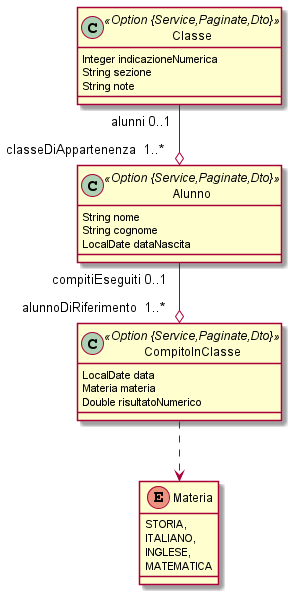
Before: file_jdl/jhipster_jdl.png, a diagram exported from PlantUML (AlbertoMatt/Myschool). Its diagram source:
```plantuml
@startuml
	!pragma syntax class
	class Classe <<Option {Service,Paginate,Dto}>> {
		Integer indicazioneNumerica
		String sezione
		String note
	}
	class Alunno <<Option {Service,Paginate,Dto}>> {
		String nome
		String cognome
		LocalDate dataNascita
	}
	class CompitoInClasse <<Option {Service,Paginate,Dto}>> {
		LocalDate data
		Materia materia
		Double risultatoNumerico
	}
	CompitoInClasse ..> Materia
	enum Materia {
		STORIA,
		ITALIANO,
		INGLESE,
		MATEMATICA
	}
	Alunno  "compitiEseguiti 0..1 " --o "alunnoDiRiferimento  1..* "  CompitoInClasse
	Classe  "alunni 0..1 " --o "classeDiAppartenenza  1..* "  Alunno
@enduml
```
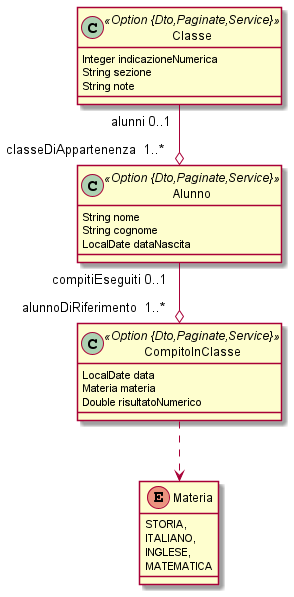
After the change.

Diff of the diagram source:
```diff
@@ -1,16 +1,16 @@
 @startuml
 	!pragma syntax class
-	class Classe <<Option {Service,Paginate,Dto}>> {
+	class Classe <<Option {Dto,Paginate,Service}>> {
 		Integer indicazioneNumerica
 		String sezione
 		String note
 	}
-	class Alunno <<Option {Service,Paginate,Dto}>> {
+	class Alunno <<Option {Dto,Paginate,Service}>> {
 		String nome
 		String cognome
 		LocalDate dataNascita
 	}
-	class CompitoInClasse <<Option {Service,Paginate,Dto}>> {
+	class CompitoInClasse <<Option {Dto,Paginate,Service}>> {
 		LocalDate data
 		Materia materia
 		Double risultatoNumerico
```
